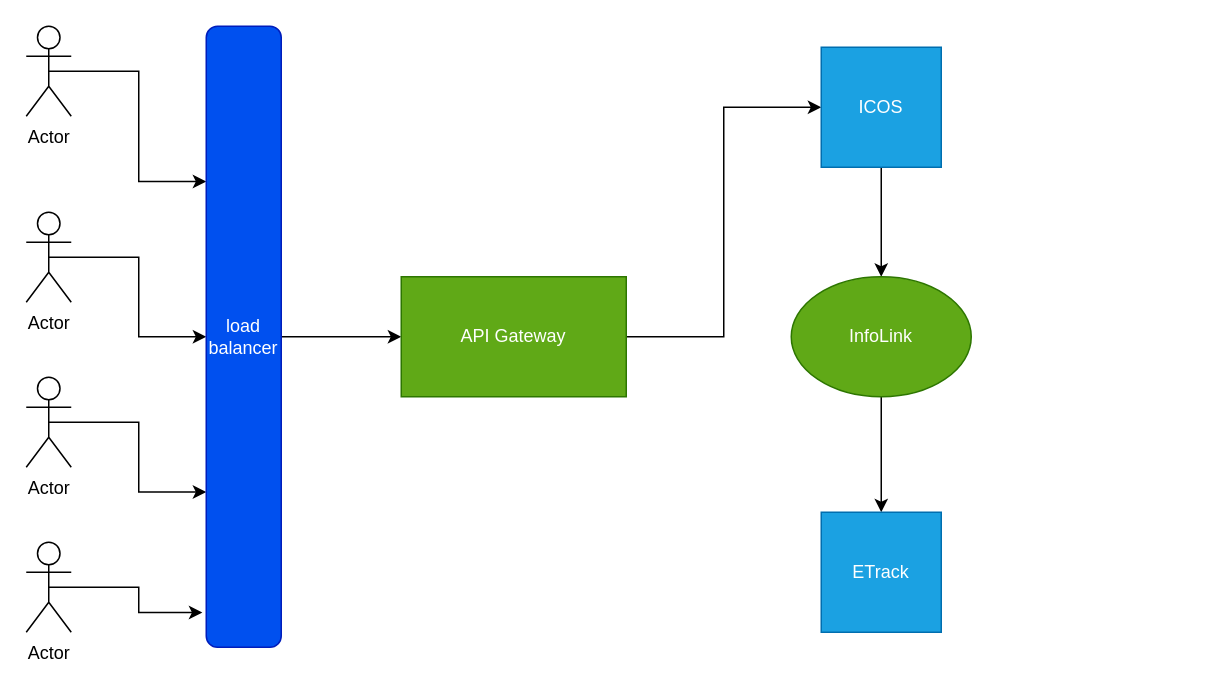
Above: system.drawio in jassirwani/posta-mind-mapping (draw.io), before the change. Source tidied: cells renumbered, new cells numbered last; positions are measured from the earlier drawing's top-left corner, leaving out a move shared by most shapes. Both pictures are drawn from the tidied source at 150%, with x=0, y=0 at pixel (26, 26).
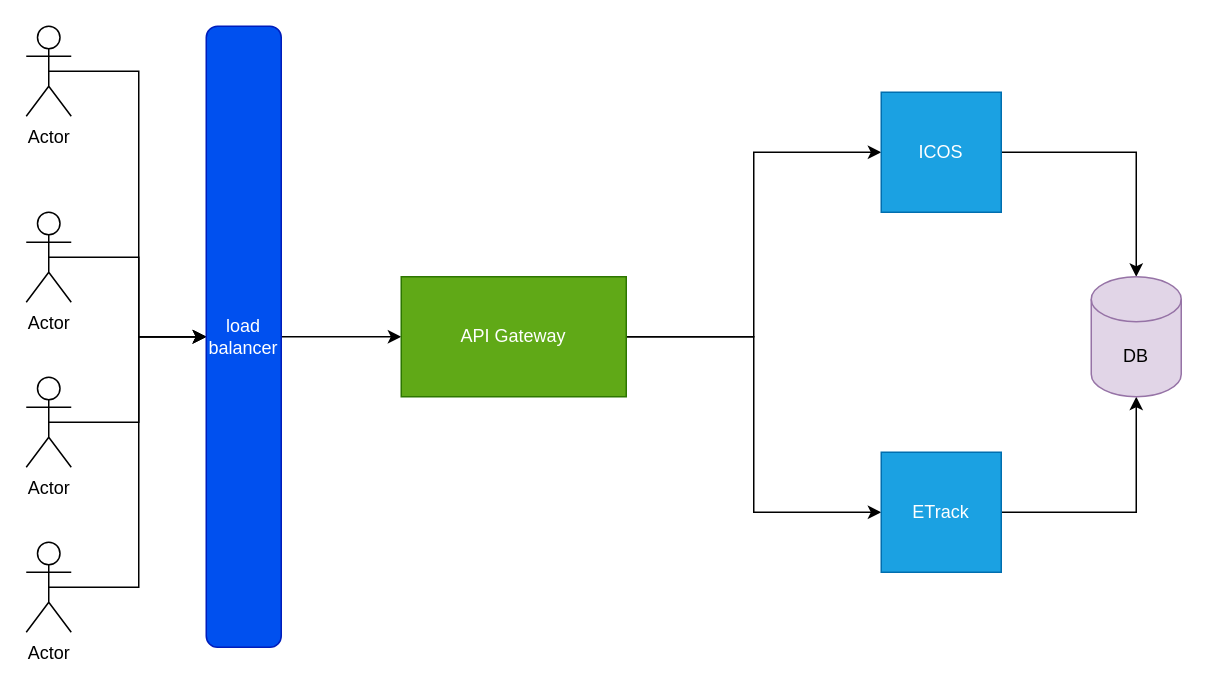
The same page after the edit.

The edit, as a diff of the source:
```diff
@@
 <mxGraphModel>
   <root>
     <mxCell id="0" />
     <mxCell id="1" parent="0" />
-    <mxCell id="2" style="edgeStyle=orthogonalEdgeStyle;rounded=0;jettySize=auto;html=1;exitX=0.5;exitY=0.5;exitDx=0;exitDy=0;exitPerimeter=0;entryX=0.25;entryY=1;entryDx=0;entryDy=0;" parent="1" edge="1" source="3" target="11">
+    <mxCell id="2" style="edgeStyle=orthogonalEdgeStyle;rounded=0;jettySize=auto;html=1;exitX=0.5;exitY=0.5;exitDx=0;exitDy=0;exitPerimeter=0;entryX=0.5;entryY=1;entryDx=0;entryDy=0;" parent="1" edge="1" source="3" target="11">
       <mxGeometry relative="1" as="geometry" />
     </mxCell>
     <mxCell id="3" value="Actor" style="shape=umlActor;verticalLabelPosition=bottom;verticalAlign=top;html=1;outlineConnect=0;" parent="1" vertex="1">
       <mxGeometry width="30" height="60" as="geometry" />
     </mxCell>
     <mxCell id="4" style="edgeStyle=orthogonalEdgeStyle;rounded=0;jettySize=auto;html=1;exitX=0.5;exitY=0.5;exitDx=0;exitDy=0;exitPerimeter=0;entryX=0.5;entryY=1;entryDx=0;entryDy=0;" parent="1" edge="1" source="5" target="11">
       <mxGeometry relative="1" as="geometry" />
     </mxCell>
     <mxCell id="5" value="Actor" style="shape=umlActor;verticalLabelPosition=bottom;verticalAlign=top;html=1;outlineConnect=0;" parent="1" vertex="1">
       <mxGeometry y="124" width="30" height="60" as="geometry" />
     </mxCell>
-    <mxCell id="6" style="edgeStyle=orthogonalEdgeStyle;rounded=0;jettySize=auto;html=1;exitX=0.5;exitY=0.5;exitDx=0;exitDy=0;exitPerimeter=0;entryX=0.75;entryY=1;entryDx=0;entryDy=0;" parent="1" edge="1" source="7" target="11">
+    <mxCell id="6" style="edgeStyle=orthogonalEdgeStyle;rounded=0;jettySize=auto;html=1;exitX=0.5;exitY=0.5;exitDx=0;exitDy=0;exitPerimeter=0;entryX=0.5;entryY=1;entryDx=0;entryDy=0;" parent="1" edge="1" source="7" target="11">
       <mxGeometry relative="1" as="geometry" />
     </mxCell>
     <mxCell id="7" value="Actor" style="shape=umlActor;verticalLabelPosition=bottom;verticalAlign=top;html=1;outlineConnect=0;" parent="1" vertex="1">
       <mxGeometry y="234" width="30" height="60" as="geometry" />
     </mxCell>
-    <mxCell id="8" style="edgeStyle=orthogonalEdgeStyle;rounded=0;jettySize=auto;html=1;exitX=0.5;exitY=0.5;exitDx=0;exitDy=0;exitPerimeter=0;entryX=0.944;entryY=1.052;entryDx=0;entryDy=0;entryPerimeter=0;" parent="1" edge="1" source="9" target="11">
+    <mxCell id="8" style="edgeStyle=orthogonalEdgeStyle;rounded=0;jettySize=auto;html=1;exitX=0.5;exitY=0.5;exitDx=0;exitDy=0;exitPerimeter=0;entryX=0.5;entryY=1;entryDx=0;entryDy=0;" parent="1" edge="1" source="9" target="11">
       <mxGeometry relative="1" as="geometry" />
     </mxCell>
     <mxCell id="9" value="Actor" style="shape=umlActor;verticalLabelPosition=bottom;verticalAlign=top;html=1;outlineConnect=0;" parent="1" vertex="1">
       <mxGeometry y="344" width="30" height="60" as="geometry" />
     </mxCell>
     <mxCell id="10" style="edgeStyle=orthogonalEdgeStyle;rounded=0;jettySize=auto;html=1;exitX=0.5;exitY=0;exitDx=0;exitDy=0;" parent="1" edge="1" source="11" target="14">
       <mxGeometry relative="1" as="geometry" />
     </mxCell>
     <mxCell id="11" value="load&lt;br&gt;balancer" style="rounded=1;whiteSpace=wrap;html=1;direction=south;fillColor=#0050ef;fontColor=#ffffff;strokeColor=#001DBC;" parent="1" vertex="1">
       <mxGeometry x="120" width="50" height="414" as="geometry" />
     </mxCell>
     <mxCell id="12" style="edgeStyle=orthogonalEdgeStyle;rounded=0;jettySize=auto;html=1;exitX=1;exitY=0.5;exitDx=0;exitDy=0;entryX=0;entryY=0.5;entryDx=0;entryDy=0;" parent="1" edge="1" source="14" target="16">
       <mxGeometry relative="1" as="geometry" />
     </mxCell>
-    <mxCell id="13" style="edgeStyle=orthogonalEdgeStyle;rounded=0;jettySize=auto;html=1;exitX=0.5;exitY=1;exitDx=0;exitDy=0;entryX=0.5;entryY=0;entryDx=0;entryDy=0;" parent="1" edge="1" source="18" target="17">
+    <mxCell id="13" style="edgeStyle=orthogonalEdgeStyle;rounded=0;jettySize=auto;html=1;exitX=1;exitY=0.5;exitDx=0;exitDy=0;entryX=0;entryY=0.5;entryDx=0;entryDy=0;" parent="1" edge="1" source="14" target="17">
       <mxGeometry relative="1" as="geometry" />
     </mxCell>
     <mxCell id="14" value="API Gateway" style="rounded=0;whiteSpace=wrap;html=1;fillColor=#60a917;fontColor=#ffffff;strokeColor=#2D7600;" parent="1" vertex="1">
       <mxGeometry x="250" y="167" width="150" height="80" as="geometry" />
     </mxCell>
-    <mxCell id="15" style="edgeStyle=orthogonalEdgeStyle;rounded=0;jettySize=auto;html=1;exitX=0.5;exitY=1;exitDx=0;exitDy=0;" parent="1" edge="1" source="16" target="18">
-      <mxGeometry relative="1" as="geometry" />
-    </mxCell>
+    <mxCell id="19" style="edgeStyle=orthogonalEdgeStyle;rounded=0;jettySize=auto;html=1;exitX=1;exitY=0.5;exitDx=0;exitDy=0;" parent="1" edge="1" source="16" target="21">
+      <mxGeometry relative="1" as="geometry" />
+    </mxCell>
     <mxCell id="16" value="ICOS" style="whiteSpace=wrap;html=1;fillColor=#1ba1e2;fontColor=#ffffff;strokeColor=#006EAF;" parent="1" vertex="1">
-      <mxGeometry x="530" y="14" width="80" height="80" as="geometry" />
+      <mxGeometry x="570" y="44" width="80" height="80" as="geometry" />
     </mxCell>
+    <mxCell id="20" style="edgeStyle=orthogonalEdgeStyle;rounded=0;jettySize=auto;html=1;exitX=1;exitY=0.5;exitDx=0;exitDy=0;entryX=0.5;entryY=1;entryDx=0;entryDy=0;entryPerimeter=0;" parent="1" edge="1" source="17" target="21">
+      <mxGeometry relative="1" as="geometry" />
+    </mxCell>
     <mxCell id="17" value="ETrack" style="whiteSpace=wrap;html=1;fillColor=#1ba1e2;fontColor=#ffffff;strokeColor=#006EAF;" parent="1" vertex="1">
-      <mxGeometry x="530" y="324" width="80" height="80" as="geometry" />
+      <mxGeometry x="570" y="284" width="80" height="80" as="geometry" />
     </mxCell>
-    <mxCell id="18" value="InfoLink" style="ellipse;whiteSpace=wrap;html=1;fillColor=#60a917;fontColor=#ffffff;strokeColor=#2D7600;" parent="1" vertex="1">
-      <mxGeometry x="510" y="167" width="120" height="80" as="geometry" />
-    </mxCell>
+    <mxCell id="21" value="DB" style="shape=cylinder3;whiteSpace=wrap;html=1;boundedLbl=1;backgroundOutline=1;size=15;fillColor=#e1d5e7;strokeColor=#9673a6;" parent="1" vertex="1">
+      <mxGeometry x="710" y="167" width="60" height="80" as="geometry" />
+    </mxCell>
   </root>
 </mxGraphModel>
```
